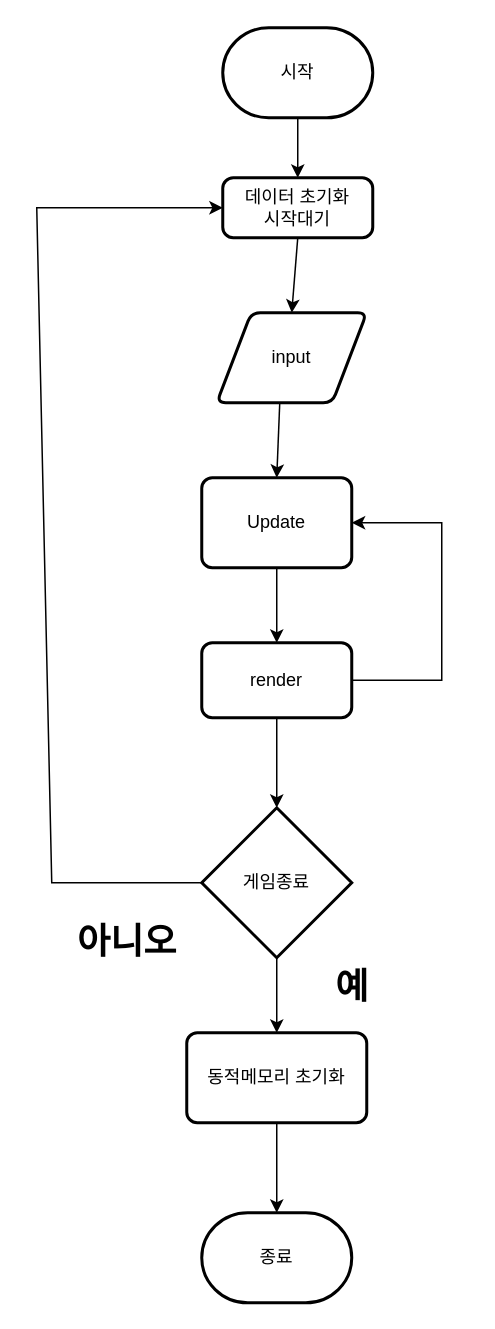
Earlier version of the draw.io diagram Untitled Diagram.drawio (JeongJunSoo94/ProjectRun). Source tidied: cells renumbered, new cells numbered last; positions are measured from the earlier drawing's top-left corner, leaving out a move shared by most shapes. Both pictures are drawn from the tidied source at 150%, with x=0, y=0 at pixel (36, 27).
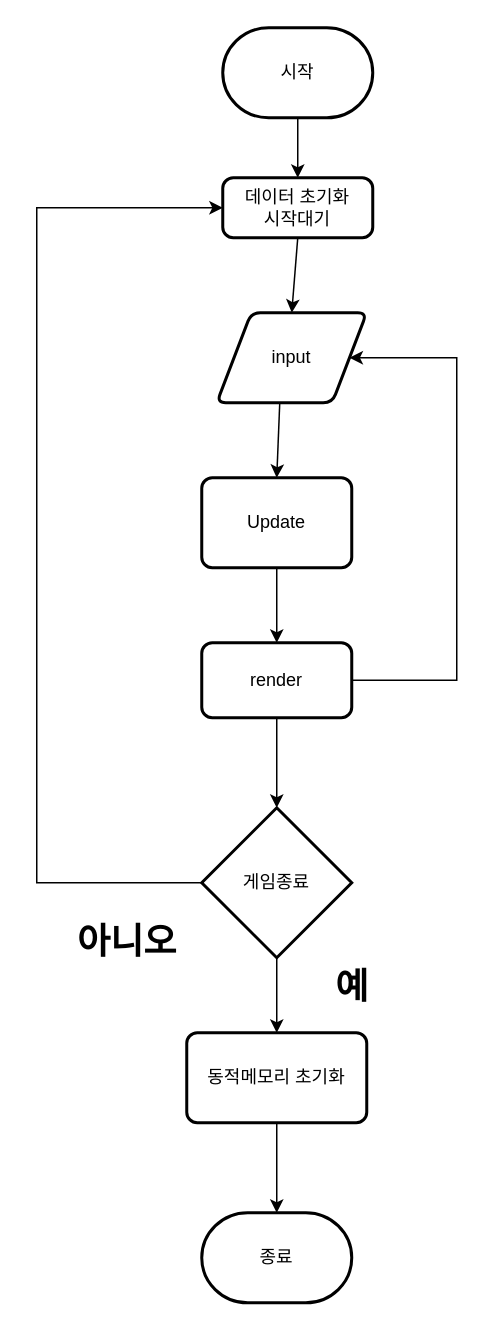
Above is the later version.

Unchanged cells that the change refers to:
```xml
<mxCell id="3" value="input" style="shape=parallelogram;html=1;strokeWidth=2;perimeter=parallelogramPerimeter;whiteSpace=wrap;rounded=1;arcSize=12;size=0.23;" parent="1" vertex="1">
  <mxGeometry x="120" y="190" width="100" height="60" as="geometry" />
</mxCell>
<mxCell id="4" value="Update" style="rounded=1;whiteSpace=wrap;html=1;absoluteArcSize=1;arcSize=14;strokeWidth=2;" parent="1" vertex="1">
  <mxGeometry x="110" y="300" width="100" height="60" as="geometry" />
</mxCell>
<mxCell id="5" value="데이터 초기화&lt;br&gt;시작대기" style="rounded=1;whiteSpace=wrap;html=1;absoluteArcSize=1;arcSize=14;strokeWidth=2;" parent="1" vertex="1">
  <mxGeometry x="124" y="100" width="100" height="40" as="geometry" />
</mxCell>
<mxCell id="11" value="게임종료" style="strokeWidth=2;html=1;shape=mxgraph.flowchart.decision;whiteSpace=wrap;" parent="1" vertex="1">
  <mxGeometry x="110" y="520" width="100" height="100" as="geometry" />
</mxCell>
<mxCell id="17" value="render" style="rounded=1;whiteSpace=wrap;html=1;absoluteArcSize=1;arcSize=14;strokeWidth=2;" parent="1" vertex="1">
  <mxGeometry x="110" y="410" width="100" height="50" as="geometry" />
</mxCell>
```

What changed in the source:
```diff
@@
     <mxCell id="15" style="endArrow=classic;html=1;rounded=0;exitX=0;exitY=0.5;exitDx=0;exitDy=0;exitPerimeter=0;entryX=0;entryY=0.5;entryDx=0;entryDy=0;" parent="1" edge="1" source="11" target="5">
       <mxGeometry relative="1" as="geometry">
         <Array as="points">
-          <mxPoint x="10" y="570" />
+          <mxPoint y="570" />
           <mxPoint y="120" />
         </Array>
       </mxGeometry>
     </mxCell>
-    <mxCell id="16" style="edgeStyle=orthogonalEdgeStyle;rounded=0;jettySize=auto;html=1;exitX=1;exitY=0.5;exitDx=0;exitDy=0;entryX=1;entryY=0.5;entryDx=0;entryDy=0;" parent="1" edge="1" source="17" target="4">
-      <mxGeometry relative="1" as="geometry">
-        <Array as="points">
-          <mxPoint x="270" y="435" />
-          <mxPoint x="270" y="330" />
-        </Array>
-      </mxGeometry>
-    </mxCell>
@@
+    <mxCell id="21" style="endArrow=classic;html=1;rounded=0;entryX=1;entryY=0.5;entryDx=0;entryDy=0;exitX=1;exitY=0.5;exitDx=0;exitDy=0;" parent="1" edge="1" source="17" target="3">
+      <mxGeometry relative="1" as="geometry">
+        <Array as="points">
+          <mxPoint x="280" y="435" />
+          <mxPoint x="280" y="220" />
+        </Array>
+      </mxGeometry>
+    </mxCell>
```
